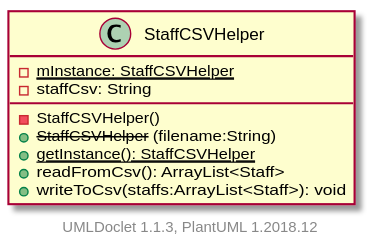
This is projects/oodp/html/umlversion/uml/sg.edu.ntu.scse.cz2002.util.StaffCSVHelper.svg from itachi1706/How-to-use-Git-NTUSCSE1819-Site, a PlantUML export, as it was before one commit.
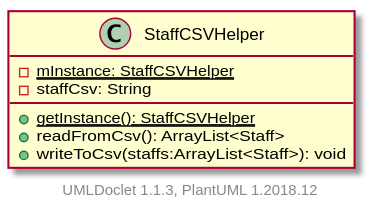
The same diagram one commit later.

Change to the diagram source:
```diff
@@ -3,8 +3,6 @@
     class StaffCSVHelper [[../sg/edu/ntu/scse/cz2002/util/StaffCSVHelper.html]] {
         {static} -mInstance: StaffCSVHelper
         -staffCsv: String
-        -StaffCSVHelper()
-        + --StaffCSVHelper-- (filename:String)
         {static} +getInstance(): StaffCSVHelper
         +readFromCsv(): ArrayList<Staff>
         +writeToCsv(staffs:ArrayList<Staff>): void
```
